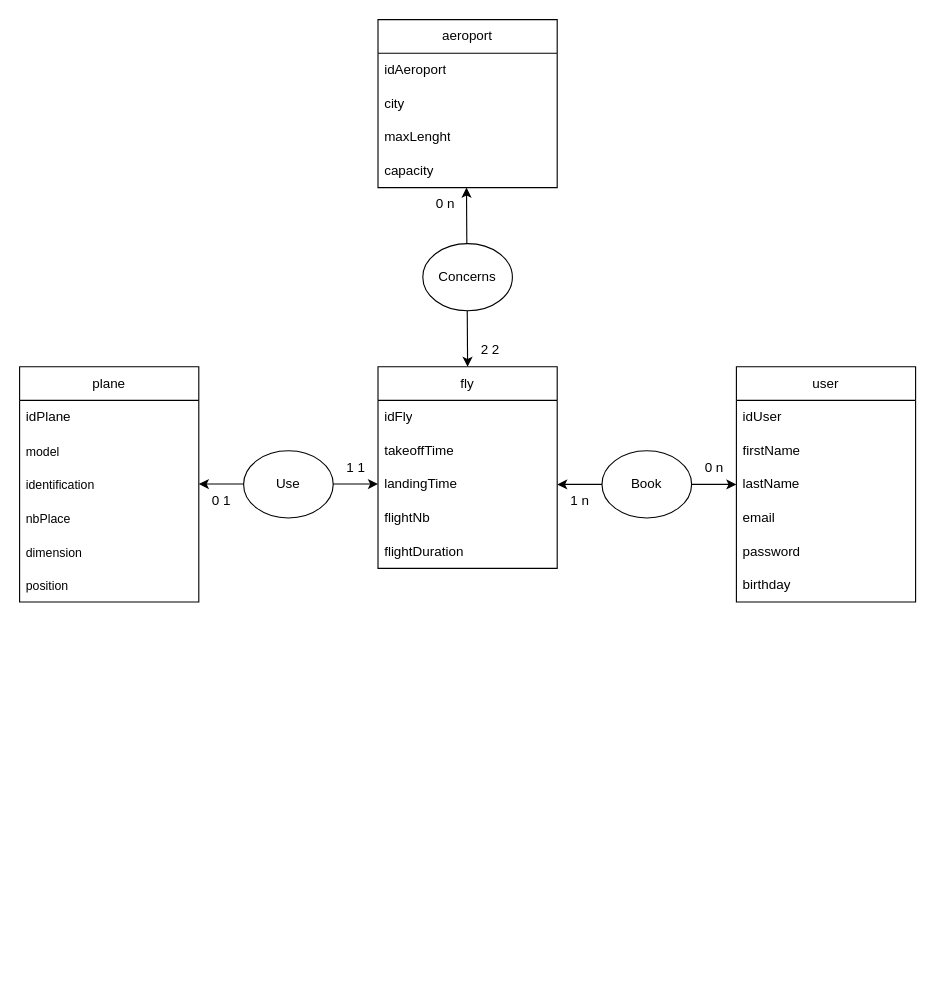
The draw.io diagram MCD Flying Web.drawio in Evan-Duval/Flying-Web, before the edit. Source tidied: cells renumbered, new cells numbered last; positions are measured from the earlier drawing's top-left corner, leaving out a move shared by most shapes. Both pictures are drawn from the tidied source at 112%, with x=0, y=0 at pixel (19, 19).
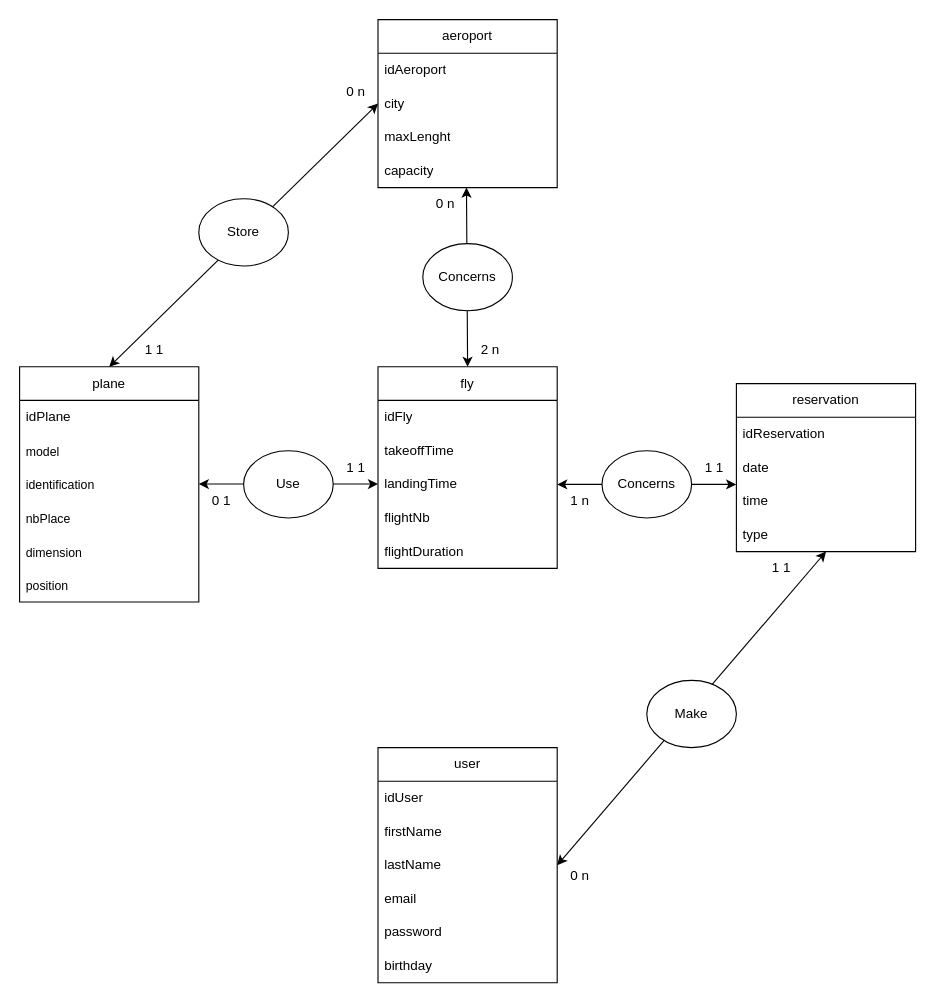
Above is the later version.

Commit message (it also covers changes not shown here):
Mettre à jour MCD Flying Web.drawio

The change refers to these unchanged cells:
```xml
<mxCell id="2" value="plane" style="swimlane;fontStyle=0;horizontal=1;startSize=30;whiteSpace=wrap;html=1;" parent="1" vertex="1">
  <mxGeometry y="310" width="160" height="210" as="geometry" />
</mxCell>
<mxCell id="11" value="city" style="text;strokeColor=none;fillColor=none;align=left;verticalAlign=middle;spacingLeft=4;spacingRight=4;overflow=hidden;points=[[0,0.5],[1,0.5]];portConstraint=eastwest;whiteSpace=wrap;html=1;" parent="9" vertex="1">
  <mxGeometry y="60" width="160" height="30" as="geometry" />
</mxCell>
<mxCell id="17" value="landingTime" style="text;strokeColor=none;fillColor=none;align=left;verticalAlign=middle;spacingLeft=4;spacingRight=4;overflow=hidden;points=[[0,0.5],[1,0.5]];portConstraint=eastwest;whiteSpace=wrap;html=1;" parent="14" vertex="1">
  <mxGeometry y="90" width="160" height="30" as="geometry" />
</mxCell>
<mxCell id="23" value="lastName" style="text;strokeColor=none;fillColor=none;align=left;verticalAlign=middle;spacingLeft=4;spacingRight=4;overflow=hidden;points=[[0,0.5],[1,0.5]];portConstraint=eastwest;whiteSpace=wrap;html=1;" parent="20" vertex="1">
  <mxGeometry y="90" width="160" height="30" as="geometry" />
</mxCell>
```

Change to the diagram source:
```diff
@@
     <mxCell id="20" value="user" style="swimlane;fontStyle=0;horizontal=1;startSize=30;whiteSpace=wrap;html=1;" parent="1" vertex="1">
-      <mxGeometry x="640" y="310" width="160" height="210" as="geometry" />
+      <mxGeometry x="320" y="650" width="160" height="210" as="geometry" />
     </mxCell>
@@
-    <mxCell id="27" style="endArrow=classic;startArrow=classic;html=1;rounded=0;exitX=1;exitY=0.5;exitDx=0;exitDy=0;entryX=0;entryY=0.5;entryDx=0;entryDy=0;" parent="1" edge="1" source="17" target="23">
+    <mxCell id="27" style="endArrow=classic;startArrow=classic;html=1;rounded=0;exitX=1;exitY=0.5;exitDx=0;exitDy=0;entryX=-0.001;entryY=0;entryDx=0;entryDy=0;entryPerimeter=0;" parent="1" edge="1" source="17" target="46">
       <mxGeometry relative="1" as="geometry" />
     </mxCell>
-    <mxCell id="28" value="0 n" style="text;html=1;align=center;verticalAlign=middle;strokeColor=none;fillColor=none;" parent="1" vertex="1">
+    <mxCell id="28" value="1 1" style="text;html=1;align=center;verticalAlign=middle;strokeColor=none;fillColor=none;" parent="1" vertex="1">
       <mxGeometry x="600" y="385" width="40" height="30" as="geometry" />
     </mxCell>
@@
-    <mxCell id="30" value="Book" style="ellipse;whiteSpace=wrap;html=1;" parent="1" vertex="1">
+    <mxCell id="30" value="Concerns" style="ellipse;whiteSpace=wrap;html=1;" parent="1" vertex="1">
       <mxGeometry x="520" y="385" width="80" height="60" as="geometry" />
     </mxCell>
@@
-    <mxCell id="34" value="2 2" style="text;html=1;align=center;verticalAlign=middle;strokeColor=none;fillColor=none;" parent="1" vertex="1">
+    <mxCell id="34" value="2 n" style="text;html=1;align=center;verticalAlign=middle;strokeColor=none;fillColor=none;" parent="1" vertex="1">
       <mxGeometry x="400" y="280" width="40" height="30" as="geometry" />
     </mxCell>
@@
+    <mxCell id="39" style="endArrow=classic;startArrow=classic;html=1;rounded=0;exitX=0.5;exitY=0;exitDx=0;exitDy=0;entryX=0;entryY=0.5;entryDx=0;entryDy=0;" parent="1" edge="1" source="2" target="11">
+      <mxGeometry relative="1" as="geometry" />
+    </mxCell>
+    <mxCell id="40" value="Store" style="ellipse;whiteSpace=wrap;html=1;" parent="1" vertex="1">
+      <mxGeometry x="160" y="160" width="80" height="60" as="geometry" />
+    </mxCell>
+    <mxCell id="41" value="0 n" style="text;html=1;align=center;verticalAlign=middle;strokeColor=none;fillColor=none;" parent="1" vertex="1">
+      <mxGeometry x="280" y="50" width="40" height="30" as="geometry" />
+    </mxCell>
+    <mxCell id="42" value="1 1" style="text;html=1;align=center;verticalAlign=middle;strokeColor=none;fillColor=none;" parent="1" vertex="1">
+      <mxGeometry x="100" y="280" width="40" height="30" as="geometry" />
+    </mxCell>
+    <mxCell id="43" value="reservation" style="swimlane;fontStyle=0;horizontal=1;startSize=30;whiteSpace=wrap;html=1;" parent="1" vertex="1">
+      <mxGeometry x="640" y="325" width="160" height="150" as="geometry" />
+    </mxCell>
+    <mxCell id="44" value="idReservation" style="text;strokeColor=none;fillColor=none;align=left;verticalAlign=middle;spacingLeft=4;spacingRight=4;overflow=hidden;whiteSpace=wrap;html=1;" parent="43" vertex="1">
+      <mxGeometry y="30" width="160" height="30" as="geometry" />
+    </mxCell>
+    <mxCell id="45" value="date" style="text;strokeColor=none;fillColor=none;align=left;verticalAlign=middle;spacingLeft=4;spacingRight=4;overflow=hidden;whiteSpace=wrap;html=1;" parent="43" vertex="1">
+      <mxGeometry y="60" width="160" height="30" as="geometry" />
+    </mxCell>
+    <mxCell id="46" value="time" style="text;strokeColor=none;fillColor=none;align=left;verticalAlign=middle;spacingLeft=4;spacingRight=4;overflow=hidden;points=[[0,0.5],[1,0.5]];portConstraint=eastwest;whiteSpace=wrap;html=1;" parent="43" vertex="1">
+      <mxGeometry y="90" width="160" height="30" as="geometry" />
+    </mxCell>
+    <mxCell id="47" value="type" style="text;strokeColor=none;fillColor=none;align=left;verticalAlign=middle;spacingLeft=4;spacingRight=4;overflow=hidden;whiteSpace=wrap;html=1;" parent="43" vertex="1">
+      <mxGeometry y="120" width="160" height="30" as="geometry" />
+    </mxCell>
+    <mxCell id="48" style="endArrow=classic;startArrow=classic;html=1;rounded=0;entryX=1;entryY=0.5;entryDx=0;entryDy=0;exitX=0.5;exitY=1;exitDx=0;exitDy=0;" parent="1" edge="1" source="43" target="23">
+      <mxGeometry relative="1" as="geometry" />
+    </mxCell>
+    <mxCell id="49" value="Make" style="ellipse;whiteSpace=wrap;html=1;" parent="1" vertex="1">
+      <mxGeometry x="560" y="590" width="80" height="60" as="geometry" />
+    </mxCell>
+    <mxCell id="50" value="0 n" style="text;html=1;align=center;verticalAlign=middle;strokeColor=none;fillColor=none;" parent="1" vertex="1">
+      <mxGeometry x="480" y="750" width="40" height="30" as="geometry" />
+    </mxCell>
+    <mxCell id="51" value="1 1" style="text;html=1;align=center;verticalAlign=middle;strokeColor=none;fillColor=none;" parent="1" vertex="1">
+      <mxGeometry x="660" y="475" width="40" height="30" as="geometry" />
+    </mxCell>
```
